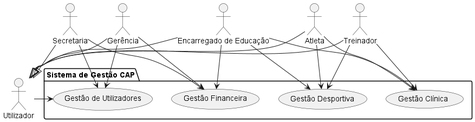
Earlier version of the PlantUML export Relatorio/RelatorioFinal/images/casos_uso_geral.png (MartiGames8899/LI4). Its diagram source:
```plantuml
@startuml casos_uso_geral

skinparam monochrome true
skinparam shadowing false

actor "Utilizador" as U
actor "Atleta" as A
actor "Treinador" as T
actor "Encarregado de Educação" as EE
actor "Secretaria" as S
actor "Gerência" as G

A --|> U
T --|> U
EE --|> U
S --|> U
G --|> U

package "Sistema de Gestão CAP" {
    usecase "Gestão de Utilizadores" as UC_Utilizadores
    usecase "Gestão Desportiva" as UC_Desportiva
    usecase "Gestão Clínica" as UC_Clinica
    usecase "Gestão Financeira" as UC_Financeira
}

U --> UC_Utilizadores
T --> UC_Desportiva
A --> UC_Desportiva
EE --> UC_Desportiva
A --> UC_Clinica
EE --> UC_Clinica
T --> UC_Clinica
EE --> UC_Financeira
S --> UC_Financeira
G --> UC_Financeira
S --> UC_Utilizadores
G --> UC_Utilizadores

@enduml
```
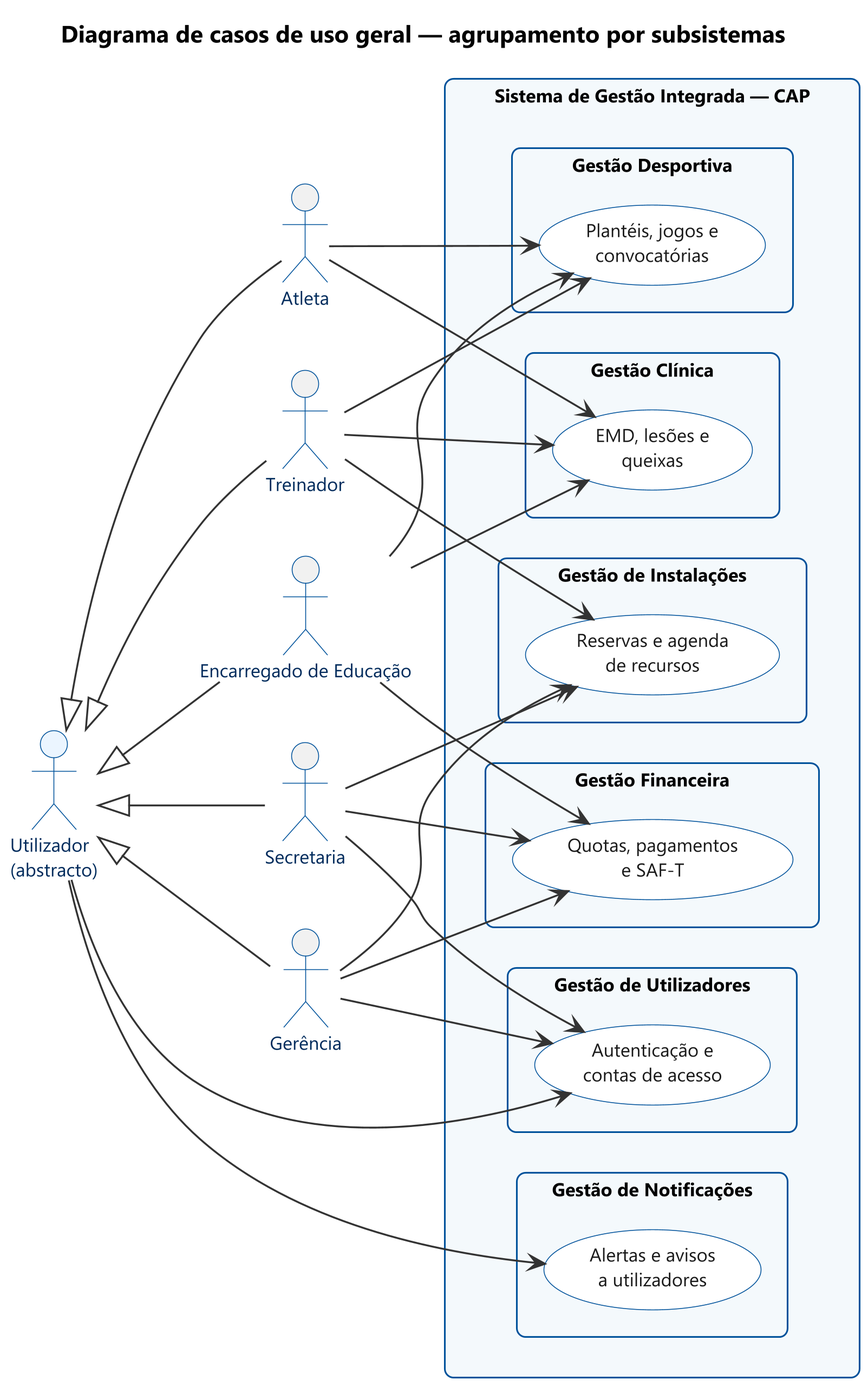
After the change.

Diff of the diagram source:
```diff
@@ -1,39 +1,64 @@
 @startuml casos_uso_geral
+!include _cap_skin.puml
 
-skinparam monochrome true
-skinparam shadowing false
+title Diagrama de casos de uso geral — agrupamento por subsistemas
 
-actor "Utilizador" as U
+left to right direction
+
+actor "Utilizador\n(abstracto)" as U #EBF5FF
 actor "Atleta" as A
 actor "Treinador" as T
 actor "Encarregado de Educação" as EE
 actor "Secretaria" as S
 actor "Gerência" as G
 
-A --|> U
-T --|> U
-EE --|> U
-S --|> U
-G --|> U
+A -up-|> U
+T -up-|> U
+EE -up-|> U
+S -up-|> U
+G -up-|> U
 
-package "Sistema de Gestão CAP" {
-    usecase "Gestão de Utilizadores" as UC_Utilizadores
-    usecase "Gestão Desportiva" as UC_Desportiva
-    usecase "Gestão Clínica" as UC_Clinica
-    usecase "Gestão Financeira" as UC_Financeira
+rectangle "Sistema de Gestão Integrada — CAP" {
+  package "Gestão de Utilizadores" {
+    usecase "Autenticação e\ncontas de acesso" as UC_U
+  }
+  package "Gestão Desportiva" {
+    usecase "Plantéis, jogos e\nconvocatórias" as UC_D
+  }
+  package "Gestão Clínica" {
+    usecase "EMD, lesões e\nqueixas" as UC_C
+  }
+  package "Gestão Financeira" {
+    usecase "Quotas, pagamentos\ne SAF-T" as UC_F
+  }
+  package "Gestão de Notificações" {
+    usecase "Alertas e avisos\na utilizadores" as UC_N
+  }
+  package "Gestão de Instalações" {
+    usecase "Reservas e agenda\nde recursos" as UC_I
+  }
 }
 
-U --> UC_Utilizadores
-T --> UC_Desportiva
-A --> UC_Desportiva
-EE --> UC_Desportiva
-A --> UC_Clinica
-EE --> UC_Clinica
-T --> UC_Clinica
-EE --> UC_Financeira
-S --> UC_Financeira
-G --> UC_Financeira
-S --> UC_Utilizadores
-G --> UC_Utilizadores
+U --> UC_U
+U --> UC_N
+
+T --> UC_D
+A --> UC_D
+EE --> UC_D
+
+A --> UC_C
+EE --> UC_C
+T --> UC_C
+
+EE --> UC_F
+S --> UC_F
+G --> UC_F
+
+T --> UC_I
+S --> UC_I
+G --> UC_I
+
+S --> UC_U
+G --> UC_U
 
 @enduml
```
